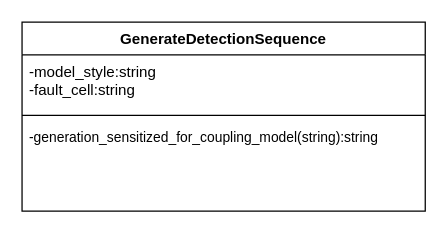
shanshan-lu/homwork keeps this draw.io diagram as doc/pic.drawio. Above is the earlier version. Source tidied: cells renumbered, new cells numbered last; positions are measured from the earlier drawing's top-left corner, leaving out a move shared by most shapes. Both pictures are drawn from the tidied source at 126%, with x=0, y=0 at pixel (21, 21).
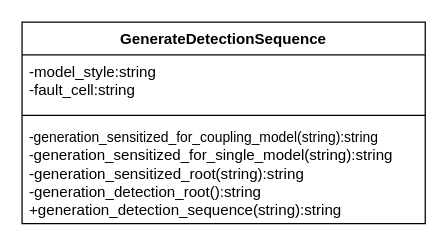
The same page after the edit.

The edit, as a diff of the source:
```diff
@@
 <mxGraphModel>
   <root>
     <mxCell id="0" />
     <mxCell id="1" parent="0" />
     <mxCell id="2" value="GenerateDetectionSequence" style="swimlane;fontStyle=1;align=center;verticalAlign=top;horizontal=1;startSize=26;whiteSpace=wrap;html=1;" parent="1" vertex="1">
-      <mxGeometry width="320" height="150" as="geometry" />
+      <mxGeometry width="320" height="160" as="geometry" />
     </mxCell>
     <mxCell id="3" value="-model_style:string&lt;br&gt;-fault_cell:string" style="text;strokeColor=none;fillColor=none;align=left;verticalAlign=top;spacingLeft=4;spacingRight=4;overflow=hidden;whiteSpace=wrap;html=1;" parent="2" vertex="1">
       <mxGeometry y="26" width="320" height="44" as="geometry" />
     </mxCell>
     <mxCell id="4" style="line;strokeWidth=1;fillColor=none;align=left;verticalAlign=middle;spacingTop=-1;spacingLeft=3;spacingRight=3;labelPosition=right;strokeColor=inherit;" parent="2" vertex="1">
       <mxGeometry y="70" width="320" height="8" as="geometry" />
     </mxCell>
-    <mxCell id="5" value="&lt;font style=&quot;font-size: 11px;&quot;&gt;-generation_sensitized_for_coupling_model(string):string&lt;/font&gt;" style="text;strokeColor=none;fillColor=none;align=left;verticalAlign=top;spacingLeft=4;spacingRight=4;overflow=hidden;whiteSpace=wrap;html=1;" parent="2" vertex="1">
-      <mxGeometry y="78" width="320" height="72" as="geometry" />
+    <mxCell id="5" value="&lt;font style=&quot;font-size: 11px;&quot;&gt;-generation_sensitized_for_coupling_model(string):string&lt;br&gt;-&lt;/font&gt;generation_sensitized_for_single_model(string):string&lt;br&gt;-generation_sensitized_root(string):string&lt;br&gt;-generation_detection_root():string&lt;br&gt;+generation_detection_sequence(string):string" style="text;strokeColor=none;fillColor=none;align=left;verticalAlign=top;spacingLeft=4;spacingRight=4;overflow=hidden;whiteSpace=wrap;html=1;" parent="2" vertex="1">
+      <mxGeometry y="78" width="320" height="82" as="geometry" />
     </mxCell>
   </root>
 </mxGraphModel>
```
